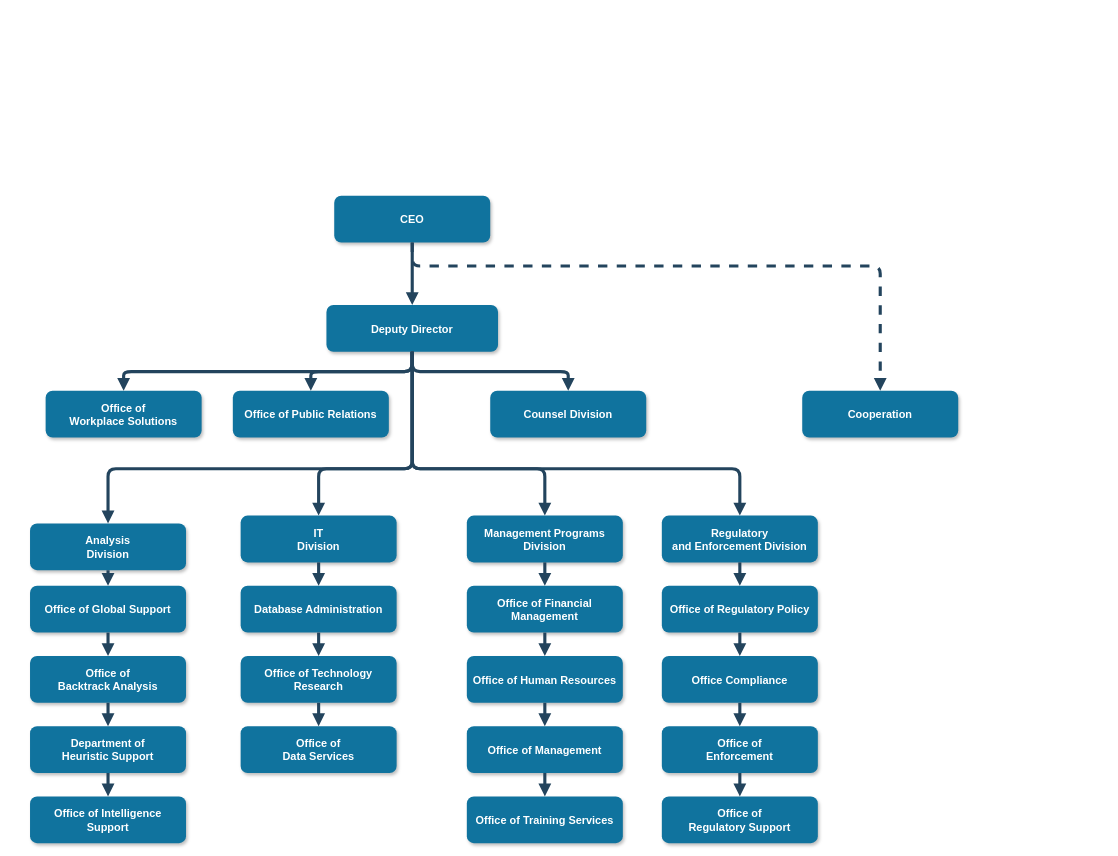
Before: 未命名绘图.drawio in PseudoApe/MyProject, a draw.io diagram. Source tidied: cells renumbered, new cells numbered last; positions are measured from the earlier drawing's top-left corner, leaving out a move shared by most shapes. Both pictures are drawn from the tidied source at 78%, with x=0, y=0 at pixel (30, 196).
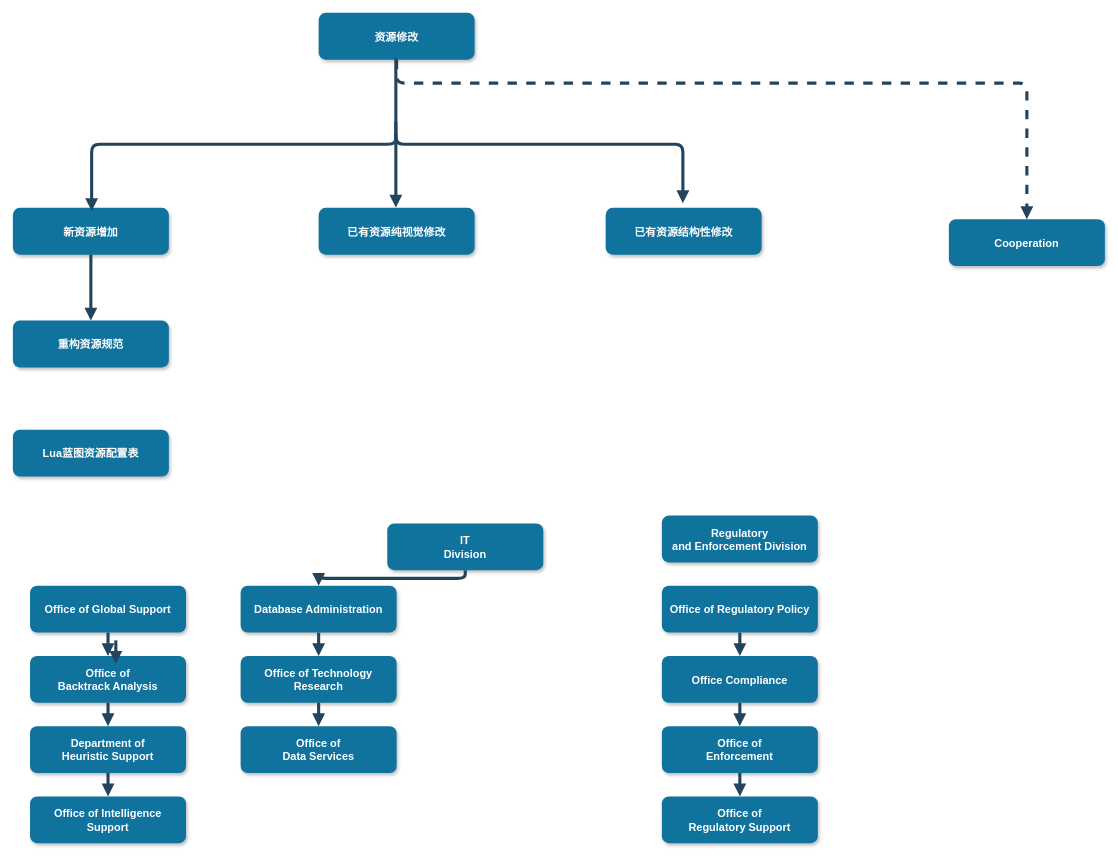
Above is the later version.

Commit message (it also covers changes not shown here):
更新未命名绘图.drawio

The change refers to these unchanged cells:
```xml
<mxCell id="9" value="Office of Global Support" style="rounded=1;fillColor=#10739E;strokeColor=none;shadow=1;gradientColor=none;fontStyle=1;fontColor=#FFFFFF;fontSize=14;" parent="1" vertex="1">
  <mxGeometry y="499.5" width="200" height="60" as="geometry" />
</mxCell>
<mxCell id="10" value="Office of &#10;Backtrack Analysis" style="rounded=1;fillColor=#10739E;strokeColor=none;shadow=1;gradientColor=none;fontStyle=1;fontColor=#FFFFFF;fontSize=14;" parent="1" vertex="1">
  <mxGeometry y="589.5" width="200" height="60" as="geometry" />
</mxCell>
<mxCell id="11" value="Department of &#10;Heuristic Support" style="rounded=1;fillColor=#10739E;strokeColor=none;shadow=1;gradientColor=none;fontStyle=1;fontColor=#FFFFFF;fontSize=14;" parent="1" vertex="1">
  <mxGeometry y="679.5" width="200" height="60" as="geometry" />
</mxCell>
<mxCell id="12" value="Office of Intelligence &#10;Support" style="rounded=1;fillColor=#10739E;strokeColor=none;shadow=1;gradientColor=none;fontStyle=1;fontColor=#FFFFFF;fontSize=14;" parent="1" vertex="1">
  <mxGeometry y="769.5" width="200" height="60" as="geometry" />
</mxCell>
<mxCell id="14" value="Database Administration" style="rounded=1;fillColor=#10739E;strokeColor=none;shadow=1;gradientColor=none;fontStyle=1;fontColor=#FFFFFF;fontSize=14;" parent="1" vertex="1">
  <mxGeometry x="270" y="499.5" width="200" height="60" as="geometry" />
</mxCell>
<mxCell id="15" value="Office of Technology &#10;Research" style="rounded=1;fillColor=#10739E;strokeColor=none;shadow=1;gradientColor=none;fontStyle=1;fontColor=#FFFFFF;fontSize=14;" parent="1" vertex="1">
  <mxGeometry x="270" y="589.5" width="200" height="60" as="geometry" />
</mxCell>
<mxCell id="16" value="Office of&#10;Data Services" style="rounded=1;fillColor=#10739E;strokeColor=none;shadow=1;gradientColor=none;fontStyle=1;fontColor=#FFFFFF;fontSize=14;" parent="1" vertex="1">
  <mxGeometry x="270" y="679.5" width="200" height="60" as="geometry" />
</mxCell>
<mxCell id="22" value="Regulatory &#10;and Enforcement Division" style="rounded=1;fillColor=#10739E;strokeColor=none;shadow=1;gradientColor=none;fontStyle=1;fontColor=#FFFFFF;fontSize=14;" parent="1" vertex="1">
  <mxGeometry x="810" y="409.5" width="200" height="60" as="geometry" />
</mxCell>
<mxCell id="23" value="Office of Regulatory Policy" style="rounded=1;fillColor=#10739E;strokeColor=none;shadow=1;gradientColor=none;fontStyle=1;fontColor=#FFFFFF;fontSize=14;" parent="1" vertex="1">
  <mxGeometry x="810" y="499.5" width="200" height="60" as="geometry" />
</mxCell>
<mxCell id="24" value="Office Compliance" style="rounded=1;fillColor=#10739E;strokeColor=none;shadow=1;gradientColor=none;fontStyle=1;fontColor=#FFFFFF;fontSize=14;" parent="1" vertex="1">
  <mxGeometry x="810" y="589.5" width="200" height="60" as="geometry" />
</mxCell>
<mxCell id="25" value="Office of &#10;Enforcement" style="rounded=1;fillColor=#10739E;strokeColor=none;shadow=1;gradientColor=none;fontStyle=1;fontColor=#FFFFFF;fontSize=14;" parent="1" vertex="1">
  <mxGeometry x="810" y="679.5" width="200" height="60" as="geometry" />
</mxCell>
<mxCell id="26" value="Office of&#10; Regulatory Support" style="rounded=1;fillColor=#10739E;strokeColor=none;shadow=1;gradientColor=none;fontStyle=1;fontColor=#FFFFFF;fontSize=14;" parent="1" vertex="1">
  <mxGeometry x="810" y="769.5" width="200" height="60" as="geometry" />
</mxCell>
```

What changed in the source:
```diff
@@
-    <mxCell id="2" value="CEO" style="rounded=1;fillColor=#10739E;strokeColor=none;shadow=1;gradientColor=none;fontStyle=1;fontColor=#FFFFFF;fontSize=14;" parent="1" vertex="1">
-      <mxGeometry x="390" y="-0.5" width="200" height="60" as="geometry" />
+    <mxCell id="2" value="资源修改" style="rounded=1;fillColor=#10739E;strokeColor=none;shadow=1;gradientColor=none;fontStyle=1;fontColor=#FFFFFF;fontSize=14;" parent="1" vertex="1">
+      <mxGeometry x="370" y="-235" width="200" height="60" as="geometry" />
     </mxCell>
-    <mxCell id="3" value="Deputy Director" style="rounded=1;fillColor=#10739E;strokeColor=none;shadow=1;gradientColor=none;fontStyle=1;fontColor=#FFFFFF;fontSize=14;" parent="1" vertex="1">
-      <mxGeometry x="380" y="139.5" width="220" height="60" as="geometry" />
-    </mxCell>
-    <mxCell id="4" value="Office of &#10;Workplace Solutions" style="rounded=1;fillColor=#10739E;strokeColor=none;shadow=1;gradientColor=none;fontStyle=1;fontColor=#FFFFFF;fontSize=14;" parent="1" vertex="1">
-      <mxGeometry x="20" y="249.5" width="200" height="60" as="geometry" />
+    <mxCell id="4" value="新资源增加" style="rounded=1;fillColor=#10739E;strokeColor=none;shadow=1;gradientColor=none;fontStyle=1;fontColor=#FFFFFF;fontSize=14;" parent="1" vertex="1">
+      <mxGeometry x="-22" y="15" width="200" height="60" as="geometry" />
     </mxCell>
-    <mxCell id="5" value="Office of Public Relations" style="rounded=1;fillColor=#10739E;strokeColor=none;shadow=1;gradientColor=none;fontStyle=1;fontColor=#FFFFFF;fontSize=14;" parent="1" vertex="1">
-      <mxGeometry x="260" y="249.5" width="200" height="60" as="geometry" />
+    <mxCell id="5" value="已有资源纯视觉修改" style="rounded=1;fillColor=#10739E;strokeColor=none;shadow=1;gradientColor=none;fontStyle=1;fontColor=#FFFFFF;fontSize=14;" parent="1" vertex="1">
+      <mxGeometry x="370" y="15" width="200" height="60" as="geometry" />
     </mxCell>
-    <mxCell id="6" value="Counsel Division" style="rounded=1;fillColor=#10739E;strokeColor=none;shadow=1;gradientColor=none;fontStyle=1;fontColor=#FFFFFF;fontSize=14;" parent="1" vertex="1">
-      <mxGeometry x="590" y="249.5" width="200" height="60" as="geometry" />
+    <mxCell id="6" value="已有资源结构性修改" style="rounded=1;fillColor=#10739E;strokeColor=none;shadow=1;gradientColor=none;fontStyle=1;fontColor=#FFFFFF;fontSize=14;" parent="1" vertex="1">
+      <mxGeometry x="738" y="15" width="200" height="60" as="geometry" />
     </mxCell>
     <mxCell id="7" value="Cooperation" style="rounded=1;fillColor=#10739E;strokeColor=none;shadow=1;gradientColor=none;fontStyle=1;fontColor=#FFFFFF;fontSize=14;" parent="1" vertex="1">
-      <mxGeometry x="990" y="249.5" width="200" height="60" as="geometry" />
+      <mxGeometry x="1178" y="29.5" width="200" height="60" as="geometry" />
     </mxCell>
-    <mxCell id="8" value="Analysis &#10;Division" style="rounded=1;fillColor=#10739E;strokeColor=none;shadow=1;gradientColor=none;fontStyle=1;fontColor=#FFFFFF;fontSize=14;" parent="1" vertex="1">
-      <mxGeometry y="419.5" width="200" height="60" as="geometry" />
+    <mxCell id="8" value="Lua蓝图资源配置表" style="rounded=1;fillColor=#10739E;strokeColor=none;shadow=1;gradientColor=none;fontStyle=1;fontColor=#FFFFFF;fontSize=14;" parent="1" vertex="1">
+      <mxGeometry x="-22" y="299.5" width="200" height="60" as="geometry" />
     </mxCell>
@@
     <mxCell id="13" value="IT&#10;Division" style="rounded=1;fillColor=#10739E;strokeColor=none;shadow=1;gradientColor=none;fontStyle=1;fontColor=#FFFFFF;fontSize=14;" parent="1" vertex="1">
-      <mxGeometry x="270" y="409.5" width="200" height="60" as="geometry" />
+      <mxGeometry x="458" y="419.5" width="200" height="60" as="geometry" />
     </mxCell>
@@
-    <mxCell id="17" value="Management Programs &#10;Division" style="rounded=1;fillColor=#10739E;strokeColor=none;shadow=1;gradientColor=none;fontStyle=1;fontColor=#FFFFFF;fontSize=14;" parent="1" vertex="1">
-      <mxGeometry x="560" y="409.5" width="200" height="60" as="geometry" />
-    </mxCell>
-    <mxCell id="18" value="Office of Financial &#10;Management" style="rounded=1;fillColor=#10739E;strokeColor=none;shadow=1;gradientColor=none;fontStyle=1;fontColor=#FFFFFF;fontSize=14;" parent="1" vertex="1">
-      <mxGeometry x="560" y="499.5" width="200" height="60" as="geometry" />
-    </mxCell>
-    <mxCell id="19" value="Office of Human Resources" style="rounded=1;fillColor=#10739E;strokeColor=none;shadow=1;gradientColor=none;fontStyle=1;fontColor=#FFFFFF;fontSize=14;" parent="1" vertex="1">
-      <mxGeometry x="560" y="589.5" width="200" height="60" as="geometry" />
-    </mxCell>
-    <mxCell id="20" value="Office of Management " style="rounded=1;fillColor=#10739E;strokeColor=none;shadow=1;gradientColor=none;fontStyle=1;fontColor=#FFFFFF;fontSize=14;" parent="1" vertex="1">
-      <mxGeometry x="560" y="679.5" width="200" height="60" as="geometry" />
-    </mxCell>
-    <mxCell id="21" value="Office of Training Services" style="rounded=1;fillColor=#10739E;strokeColor=none;shadow=1;gradientColor=none;fontStyle=1;fontColor=#FFFFFF;fontSize=14;" parent="1" vertex="1">
-      <mxGeometry x="560" y="769.5" width="200" height="60" as="geometry" />
-    </mxCell>
@@
-    <mxCell id="27" style="edgeStyle=elbowEdgeStyle;elbow=vertical;strokeWidth=4;endArrow=block;endFill=1;fontStyle=1;strokeColor=#23445D;" parent="1" edge="1" source="2" target="3">
-      <mxGeometry x="22" y="165.5" as="geometry" />
-    </mxCell>
-    <mxCell id="28" style="edgeStyle=elbowEdgeStyle;elbow=vertical;strokeWidth=4;endArrow=block;endFill=1;fontStyle=1;strokeColor=#23445D;" parent="1" edge="1" source="3" target="5">
-      <mxGeometry x="22" y="165.5" as="geometry" />
+    <mxCell id="28" style="edgeStyle=elbowEdgeStyle;elbow=vertical;strokeWidth=4;endArrow=block;endFill=1;fontStyle=1;strokeColor=#23445D;" parent="1" edge="1">
+      <mxGeometry x="21" y="140.5" as="geometry">
+        <mxPoint x="469" y="-95.5" as="sourcePoint" />
+        <mxPoint x="469" y="14.5" as="targetPoint" />
+        <Array as="points">
+          <mxPoint x="468" y="-35.5" />
+        </Array>
+      </mxGeometry>
     </mxCell>
-    <mxCell id="29" style="edgeStyle=elbowEdgeStyle;elbow=vertical;strokeWidth=4;endArrow=block;endFill=1;fontStyle=1;strokeColor=#23445D;" parent="1" edge="1" source="3" target="4">
-      <mxGeometry x="22" y="165.5" as="geometry" />
+    <mxCell id="29" style="edgeStyle=elbowEdgeStyle;elbow=vertical;strokeWidth=4;endArrow=block;endFill=1;fontStyle=1;strokeColor=#23445D;" parent="1" edge="1">
+      <mxGeometry x="23" y="169.5" as="geometry">
+        <mxPoint x="469" y="-80.5" as="sourcePoint" />
+        <mxPoint x="79" y="19" as="targetPoint" />
+        <Array as="points">
+          <mxPoint x="409" y="-66.5" />
+          <mxPoint x="439" y="-66.5" />
+          <mxPoint x="429" y="-76.5" />
+        </Array>
+      </mxGeometry>
     </mxCell>
-    <mxCell id="30" style="edgeStyle=elbowEdgeStyle;elbow=vertical;strokeWidth=4;endArrow=block;endFill=1;fontStyle=1;strokeColor=#23445D;" parent="1" edge="1" source="3" target="6">
-      <mxGeometry x="22" y="165.5" as="geometry" />
+    <mxCell id="30" style="edgeStyle=elbowEdgeStyle;elbow=vertical;strokeWidth=4;endArrow=block;endFill=1;fontStyle=1;strokeColor=#23445D;" parent="1" edge="1">
+      <mxGeometry x="21" y="159.5" as="geometry">
+        <mxPoint x="469" y="-176.5" as="sourcePoint" />
+        <mxPoint x="837" y="9" as="targetPoint" />
+        <Array as="points">
+          <mxPoint x="487" y="-66.5" />
+          <mxPoint x="467" y="-76.5" />
+          <mxPoint x="657" y="-16.5" />
+        </Array>
+      </mxGeometry>
     </mxCell>
     <mxCell id="31" style="edgeStyle=elbowEdgeStyle;elbow=vertical;strokeWidth=4;endArrow=block;endFill=1;fontStyle=1;dashed=1;strokeColor=#23445D;" parent="1" edge="1" source="2" target="7">
       <mxGeometry x="22" y="165.5" as="geometry">
         <Array as="points">
-          <mxPoint x="780" y="89.5" />
+          <mxPoint x="760" y="-145" />
         </Array>
       </mxGeometry>
     </mxCell>
-    <mxCell id="32" style="edgeStyle=elbowEdgeStyle;elbow=vertical;strokeWidth=4;endArrow=block;endFill=1;fontStyle=1;strokeColor=#23445D;" parent="1" edge="1" source="3" target="8">
-      <mxGeometry x="22" y="165.5" as="geometry">
-        <Array as="points">
-          <mxPoint x="270" y="349.5" />
-        </Array>
-      </mxGeometry>
-    </mxCell>
-    <mxCell id="33" style="edgeStyle=elbowEdgeStyle;elbow=vertical;strokeWidth=4;endArrow=block;endFill=1;fontStyle=1;strokeColor=#23445D;" parent="1" edge="1" source="3" target="22">
-      <mxGeometry x="22" y="165.5" as="geometry">
-        <Array as="points">
-          <mxPoint x="690" y="349.5" />
-        </Array>
-      </mxGeometry>
-    </mxCell>
-    <mxCell id="34" style="edgeStyle=elbowEdgeStyle;elbow=vertical;strokeWidth=4;endArrow=block;endFill=1;fontStyle=1;strokeColor=#23445D;" parent="1" edge="1" source="8" target="9">
-      <mxGeometry x="62" y="165.5" as="geometry" />
-    </mxCell>
     <mxCell id="35" style="edgeStyle=elbowEdgeStyle;elbow=vertical;strokeWidth=4;endArrow=block;endFill=1;fontStyle=1;strokeColor=#23445D;" parent="1" edge="1" source="9" target="10">
-      <mxGeometry x="62" y="175.5" as="geometry" />
+      <mxGeometry x="82" y="410" as="geometry" />
     </mxCell>
     <mxCell id="36" style="edgeStyle=elbowEdgeStyle;elbow=vertical;strokeWidth=4;endArrow=block;endFill=1;fontStyle=1;strokeColor=#23445D;" parent="1" edge="1" source="10" target="11">
-      <mxGeometry x="62" y="185.5" as="geometry" />
+      <mxGeometry x="82" y="420" as="geometry" />
     </mxCell>
     <mxCell id="37" style="edgeStyle=elbowEdgeStyle;elbow=vertical;strokeWidth=4;endArrow=block;endFill=1;fontStyle=1;strokeColor=#23445D;" parent="1" edge="1" source="11" target="12">
-      <mxGeometry x="62" y="195.5" as="geometry" />
+      <mxGeometry x="82" y="430" as="geometry" />
     </mxCell>
     <mxCell id="38" style="edgeStyle=elbowEdgeStyle;elbow=vertical;strokeWidth=4;endArrow=block;endFill=1;fontStyle=1;strokeColor=#23445D;" parent="1" edge="1" source="13" target="14">
-      <mxGeometry x="62" y="165.5" as="geometry" />
+      <mxGeometry x="82" y="400" as="geometry" />
     </mxCell>
     <mxCell id="39" style="edgeStyle=elbowEdgeStyle;elbow=vertical;strokeWidth=4;endArrow=block;endFill=1;fontStyle=1;strokeColor=#23445D;" parent="1" edge="1" source="14" target="15">
-      <mxGeometry x="62" y="175.5" as="geometry" />
+      <mxGeometry x="82" y="410" as="geometry" />
     </mxCell>
     <mxCell id="40" style="edgeStyle=elbowEdgeStyle;elbow=vertical;strokeWidth=4;endArrow=block;endFill=1;fontStyle=1;strokeColor=#23445D;" parent="1" edge="1" source="15" target="16">
-      <mxGeometry x="62" y="185.5" as="geometry" />
+      <mxGeometry x="82" y="420" as="geometry" />
     </mxCell>
-    <mxCell id="41" style="edgeStyle=elbowEdgeStyle;elbow=vertical;strokeWidth=4;endArrow=block;endFill=1;fontStyle=1;strokeColor=#23445D;" parent="1" edge="1" source="17" target="18">
-      <mxGeometry x="72" y="165.5" as="geometry" />
-    </mxCell>
-    <mxCell id="42" style="edgeStyle=elbowEdgeStyle;elbow=vertical;strokeWidth=4;endArrow=block;endFill=1;fontStyle=1;strokeColor=#23445D;" parent="1" edge="1" source="18" target="19">
-      <mxGeometry x="72" y="175.5" as="geometry" />
-    </mxCell>
-    <mxCell id="43" style="edgeStyle=elbowEdgeStyle;elbow=vertical;strokeWidth=4;endArrow=block;endFill=1;fontStyle=1;strokeColor=#23445D;" parent="1" edge="1" source="19" target="20">
-      <mxGeometry x="72" y="185.5" as="geometry" />
-    </mxCell>
-    <mxCell id="44" style="edgeStyle=elbowEdgeStyle;elbow=vertical;strokeWidth=4;endArrow=block;endFill=1;fontStyle=1;strokeColor=#23445D;" parent="1" edge="1" source="20" target="21">
-      <mxGeometry x="72" y="195.5" as="geometry" />
-    </mxCell>
-    <mxCell id="45" style="edgeStyle=elbowEdgeStyle;elbow=vertical;strokeWidth=4;endArrow=block;endFill=1;fontStyle=1;strokeColor=#23445D;" parent="1" edge="1" source="22" target="23">
-      <mxGeometry x="72" y="165.5" as="geometry" />
+    <mxCell id="45" style="edgeStyle=elbowEdgeStyle;elbow=vertical;strokeWidth=4;endArrow=block;endFill=1;fontStyle=1;strokeColor=#23445D;exitX=0.5;exitY=1;exitDx=0;exitDy=0;entryX=0.5;entryY=0;entryDx=0;entryDy=0;" parent="1" edge="1" source="4" target="51">
+      <mxGeometry x="92" y="400" as="geometry">
+        <Array as="points">
+          <mxPoint x="88" y="109.5" />
+        </Array>
+      </mxGeometry>
     </mxCell>
     <mxCell id="46" style="edgeStyle=elbowEdgeStyle;elbow=vertical;strokeWidth=4;endArrow=block;endFill=1;fontStyle=1;strokeColor=#23445D;" parent="1" edge="1" source="23" target="24">
-      <mxGeometry x="72" y="175.5" as="geometry" />
+      <mxGeometry x="92" y="410" as="geometry" />
     </mxCell>
     <mxCell id="47" style="edgeStyle=elbowEdgeStyle;elbow=vertical;strokeWidth=4;endArrow=block;endFill=1;fontStyle=1;strokeColor=#23445D;" parent="1" edge="1" source="24" target="25">
-      <mxGeometry x="72" y="185.5" as="geometry" />
+      <mxGeometry x="92" y="420" as="geometry" />
     </mxCell>
     <mxCell id="48" style="edgeStyle=elbowEdgeStyle;elbow=vertical;strokeWidth=4;endArrow=block;endFill=1;fontStyle=1;strokeColor=#23445D;" parent="1" edge="1" source="25" target="26">
-      <mxGeometry x="72" y="195.5" as="geometry" />
+      <mxGeometry x="92" y="430" as="geometry" />
     </mxCell>
-    <mxCell id="49" style="edgeStyle=elbowEdgeStyle;elbow=vertical;strokeWidth=4;endArrow=block;endFill=1;fontStyle=1;strokeColor=#23445D;" parent="1" edge="1" source="3" target="13">
-      <mxGeometry x="22" y="165.5" as="geometry">
-        <Array as="points">
-          <mxPoint x="370" y="349.5" />
-        </Array>
-      </mxGeometry>
-    </mxCell>
-    <mxCell id="50" style="edgeStyle=elbowEdgeStyle;elbow=vertical;strokeWidth=4;endArrow=block;endFill=1;fontStyle=1;strokeColor=#23445D;" parent="1" edge="1" source="3" target="17">
-      <mxGeometry x="22" y="165.5" as="geometry">
-        <Array as="points">
-          <mxPoint x="660" y="349.5" />
-        </Array>
-      </mxGeometry>
-    </mxCell>
+    <mxCell id="51" value="重构资源规范" style="rounded=1;fillColor=#10739E;strokeColor=none;shadow=1;gradientColor=none;fontStyle=1;fontColor=#FFFFFF;fontSize=14;" parent="1" vertex="1">
+      <mxGeometry x="-22" y="159.5" width="200" height="60" as="geometry" />
+    </mxCell>
+    <mxCell id="52" style="edgeStyle=elbowEdgeStyle;elbow=vertical;strokeWidth=4;endArrow=block;endFill=1;fontStyle=1;strokeColor=#23445D;" parent="1" edge="1">
+      <mxGeometry x="92" y="420" as="geometry">
+        <mxPoint x="110" y="569.5" as="sourcePoint" />
+        <mxPoint x="110" y="599.5" as="targetPoint" />
+      </mxGeometry>
+    </mxCell>
```
